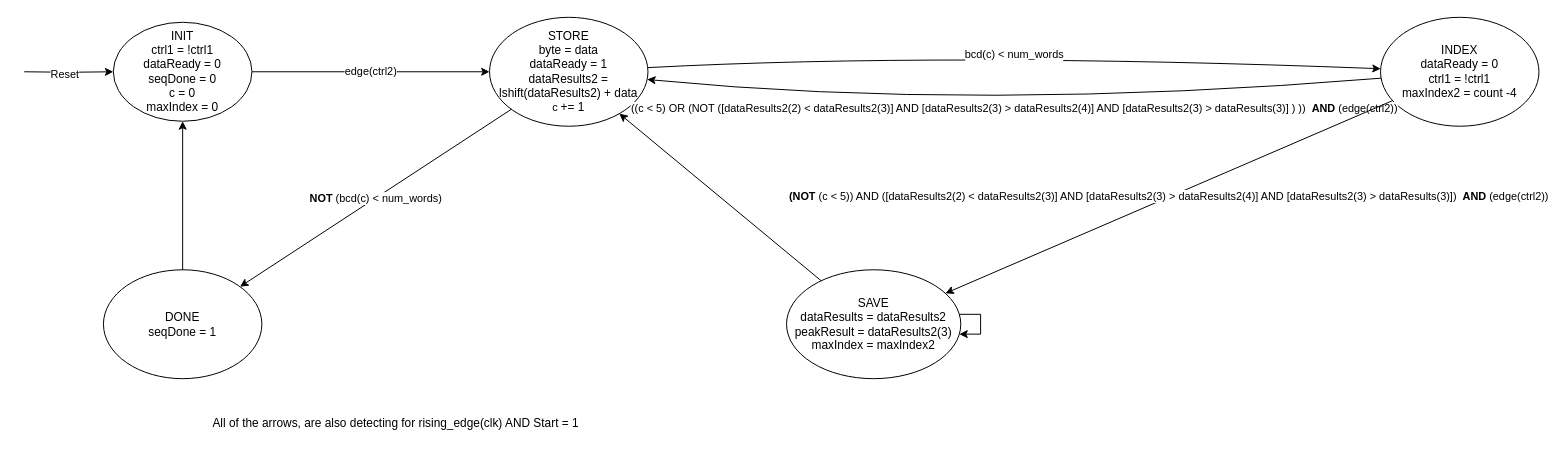
Before: FSM.drawio in OscarHdez103/DigProjFSM, a draw.io diagram. Source tidied: cells renumbered, new cells numbered last; positions are measured from the earlier drawing's top-left corner, leaving out a move shared by most shapes. Both pictures are drawn from the tidied source at 99%, with x=0, y=0 at pixel (24, 17).
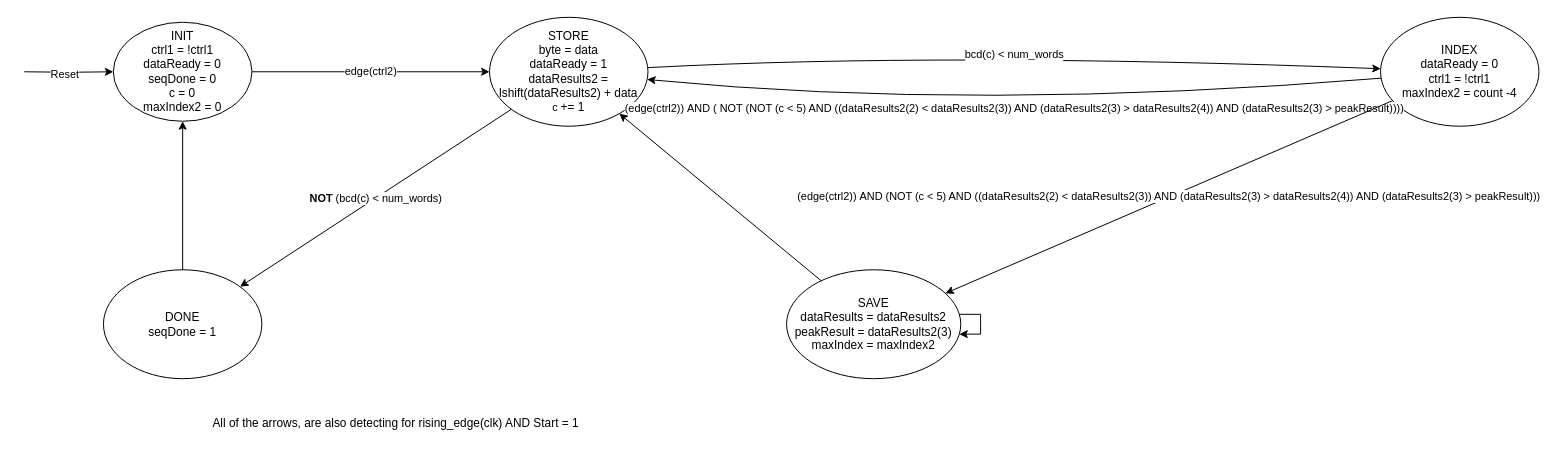
The same page after the edit.

Unchanged cells that the change refers to:
```xml
<mxCell id="4" value="&lt;div&gt;STORE&lt;/div&gt;&lt;div&gt;byte = data&lt;/div&gt;&lt;div&gt;dataReady = 1&lt;/div&gt;&lt;div&gt;dataResults2 = lshift(dataResults2) + data&lt;/div&gt;&lt;div&gt;&lt;span style=&quot;background-color: rgb(255, 255, 255); font-size: 11px; text-wrap: nowrap;&quot;&gt;c&amp;nbsp;&lt;/span&gt;+= 1&lt;/div&gt;" style="ellipse;whiteSpace=wrap;html=1;" parent="1" vertex="1">
  <mxGeometry x="470" width="160" height="110" as="geometry" />
</mxCell>
<mxCell id="5" value="&lt;div&gt;&lt;span style=&quot;background-color: initial;&quot;&gt;INDEX&lt;/span&gt;&lt;/div&gt;&lt;div&gt;&lt;span style=&quot;background-color: initial;&quot;&gt;dataReady = 0&lt;/span&gt;&lt;br&gt;&lt;/div&gt;&lt;div&gt;ctrl1 = !ctrl1&lt;/div&gt;&lt;div&gt;maxIndex2 = count -4&lt;/div&gt;" style="ellipse;whiteSpace=wrap;html=1;" parent="1" vertex="1">
  <mxGeometry x="1370" width="160" height="110" as="geometry" />
</mxCell>
<mxCell id="8" value="&lt;div&gt;SAVE&lt;/div&gt;&lt;div&gt;dataResults = dataResults2&lt;/div&gt;&lt;div&gt;&lt;span style=&quot;background-color: initial;&quot;&gt;peakResult = dataResults2(3)&lt;/span&gt;&lt;br&gt;&lt;/div&gt;&lt;div&gt;&lt;div&gt;maxIndex = maxIndex2&lt;/div&gt;&lt;/div&gt;" style="ellipse;whiteSpace=wrap;html=1;" parent="1" vertex="1">
  <mxGeometry x="770" y="255" width="176" height="110" as="geometry" />
</mxCell>
```

What changed in the source:
```diff
@@
-    <mxCell id="3" value="INIT&lt;div&gt;ctrl1 = !ctrl1&lt;/div&gt;&lt;div&gt;dataReady = 0&lt;/div&gt;&lt;div&gt;seqDone = 0&lt;/div&gt;&lt;div&gt;c = 0&lt;/div&gt;&lt;div&gt;maxIndex = 0&lt;/div&gt;" style="ellipse;whiteSpace=wrap;html=1;" parent="1" vertex="1">
+    <mxCell id="3" value="INIT&lt;div&gt;ctrl1 = !ctrl1&lt;/div&gt;&lt;div&gt;dataReady = 0&lt;/div&gt;&lt;div&gt;seqDone = 0&lt;/div&gt;&lt;div&gt;c = 0&lt;/div&gt;&lt;div&gt;maxIndex2 = 0&lt;/div&gt;" style="ellipse;whiteSpace=wrap;html=1;" parent="1" vertex="1">
       <mxGeometry x="90" y="5" width="140" height="100" as="geometry" />
     </mxCell>
@@
-    <mxCell id="6" value="((c &amp;lt; 5) OR (NOT ([dataResults2(2) &amp;lt; dataResults2(3)] AND [dataResults2(3) &amp;gt; dataResults2(4)] AND [dataResults2(3) &amp;gt; dataResults(3)] ) ))&amp;nbsp;&amp;nbsp;&lt;b&gt;AND&amp;nbsp;&lt;/b&gt;(edge(ctrl2))" style="curved=1;endArrow=classic;html=1;rounded=0;" parent="1" edge="1" source="5" target="4">
+    <mxCell id="6" value="(edge(ctrl2))&amp;nbsp;AND ( NOT (NOT (c &amp;lt; 5) AND ((dataResults2(2) &amp;lt; dataResults2(3)) AND (dataResults2(3) &amp;gt; dataResults2(4)) AND (dataResults2(3) &amp;gt; peakResult))))" style="curved=1;endArrow=classic;html=1;rounded=0;" parent="1" edge="1" source="5" target="4">
       <mxGeometry relative="1" as="geometry">
         <Array as="points">
           <mxPoint x="960" y="95" />
         </Array>
       </mxGeometry>
     </mxCell>
@@
-    <mxCell id="9" value="&lt;span style=&quot;color: rgb(0, 0, 0); font-family: Helvetica; font-size: 11px; font-style: normal; font-variant-ligatures: normal; font-variant-caps: normal; letter-spacing: normal; orphans: 2; text-align: center; text-indent: 0px; text-transform: none; widows: 2; word-spacing: 0px; -webkit-text-stroke-width: 0px; white-space: nowrap; background-color: rgb(255, 255, 255); text-decoration-thickness: initial; text-decoration-style: initial; text-decoration-color: initial; float: none; display: inline !important;&quot;&gt;&lt;b&gt;(NOT&lt;/b&gt;&lt;/span&gt;&lt;span style=&quot;color: rgb(0, 0, 0); font-family: Helvetica; font-size: 11px; font-style: normal; font-variant-ligatures: normal; font-variant-caps: normal; font-weight: 400; letter-spacing: normal; orphans: 2; text-align: center; text-indent: 0px; text-transform: none; widows: 2; word-spacing: 0px; -webkit-text-stroke-width: 0px; white-space: nowrap; background-color: rgb(255, 255, 255); text-decoration-thickness: initial; text-decoration-style: initial; text-decoration-color: initial; display: inline !important; float: none;&quot;&gt;&amp;nbsp;&lt;/span&gt;&lt;span style=&quot;color: rgb(0, 0, 0); font-family: Helvetica; font-size: 11px; font-style: normal; font-variant-ligatures: normal; font-variant-caps: normal; font-weight: 400; letter-spacing: normal; orphans: 2; text-align: center; text-indent: 0px; text-transform: none; widows: 2; word-spacing: 0px; -webkit-text-stroke-width: 0px; white-space: nowrap; background-color: rgb(255, 255, 255); text-decoration-thickness: initial; text-decoration-style: initial; text-decoration-color: initial; display: inline !important; float: none;&quot;&gt;(c &amp;lt; 5)) AND ([dataResults2(2) &amp;lt; dataResults2(3)] AND [dataResults2(3) &amp;gt; dataResults2(4)] AND [dataResults2(3) &amp;gt; dataResults(3)])&amp;nbsp;&lt;/span&gt;&amp;nbsp;&lt;b&gt;AND&amp;nbsp;&lt;/b&gt;(edge(ctrl2))" style="endArrow=classic;html=1;rounded=0;" parent="1" edge="1" source="5" target="8">
+    <mxCell id="9" value="&lt;div&gt;(edge(ctrl2))&amp;nbsp;AND (NOT (c &amp;lt; 5) AND ((dataResults2(2) &amp;lt; dataResults2(3)) AND (dataResults2(3) &amp;gt; dataResults2(4)) AND (dataResults2(3) &amp;gt; peakResult)))&lt;br&gt;&lt;/div&gt;" style="endArrow=classic;html=1;rounded=0;" parent="1" edge="1" source="5" target="8">
       <mxGeometry relative="1" as="geometry" />
     </mxCell>
```
